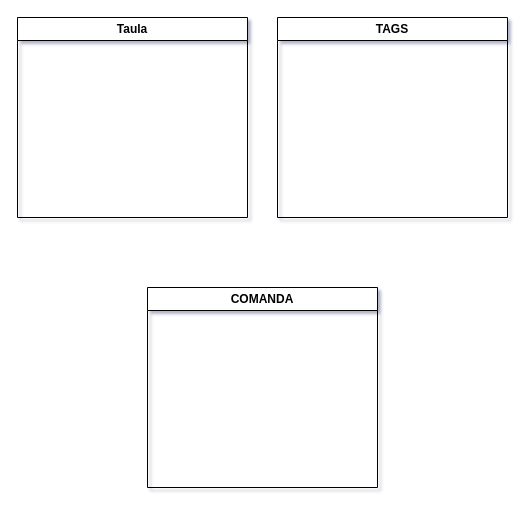
Komart21/Bar-Retina-APP keeps this draw.io diagram as WireframeAPP.drawio. Above is the earlier version. Source tidied: cells renumbered, new cells numbered last; positions are measured from the earlier drawing's top-left corner, leaving out a move shared by most shapes. Both pictures are drawn from the tidied source at 100%, with x=0, y=0 at pixel (17, 17).
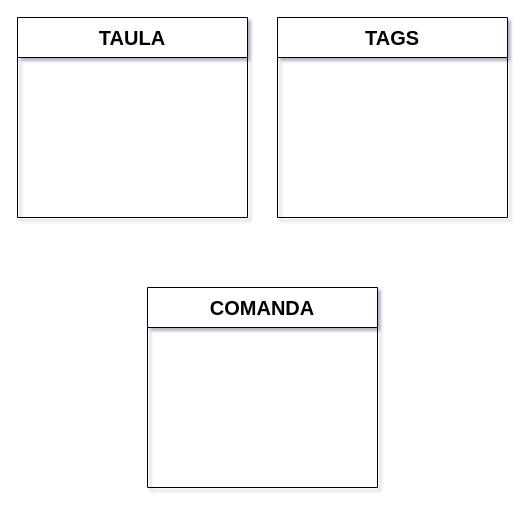
Above is the later version.

Change to the diagram source:
```diff
@@
 <mxGraphModel shadow="1">
   <root>
     <mxCell id="0" />
     <mxCell id="1" parent="0" />
-    <mxCell id="2" value="Taula" style="swimlane;whiteSpace=wrap;html=1;" parent="1" vertex="1">
+    <mxCell id="2" value="&lt;font style=&quot;font-size: 20px;&quot;&gt;TAULA&lt;/font&gt;" style="swimlane;whiteSpace=wrap;html=1;startSize=40;" parent="1" vertex="1">
       <mxGeometry width="230" height="200" as="geometry" />
     </mxCell>
-    <mxCell id="3" value="TAGS" style="swimlane;whiteSpace=wrap;html=1;" parent="1" vertex="1">
+    <mxCell id="3" value="&lt;font style=&quot;font-size: 20px;&quot;&gt;TAGS&lt;/font&gt;" style="swimlane;whiteSpace=wrap;html=1;startSize=40;" parent="1" vertex="1">
       <mxGeometry x="260" width="230" height="200" as="geometry" />
     </mxCell>
-    <mxCell id="4" value="COMANDA" style="swimlane;whiteSpace=wrap;html=1;" parent="1" vertex="1">
+    <mxCell id="4" value="&lt;font style=&quot;font-size: 20px;&quot;&gt;COMANDA&lt;/font&gt;" style="swimlane;whiteSpace=wrap;html=1;startSize=40;" parent="1" vertex="1">
       <mxGeometry x="130" y="270" width="230" height="200" as="geometry" />
     </mxCell>
   </root>
 </mxGraphModel>
```
